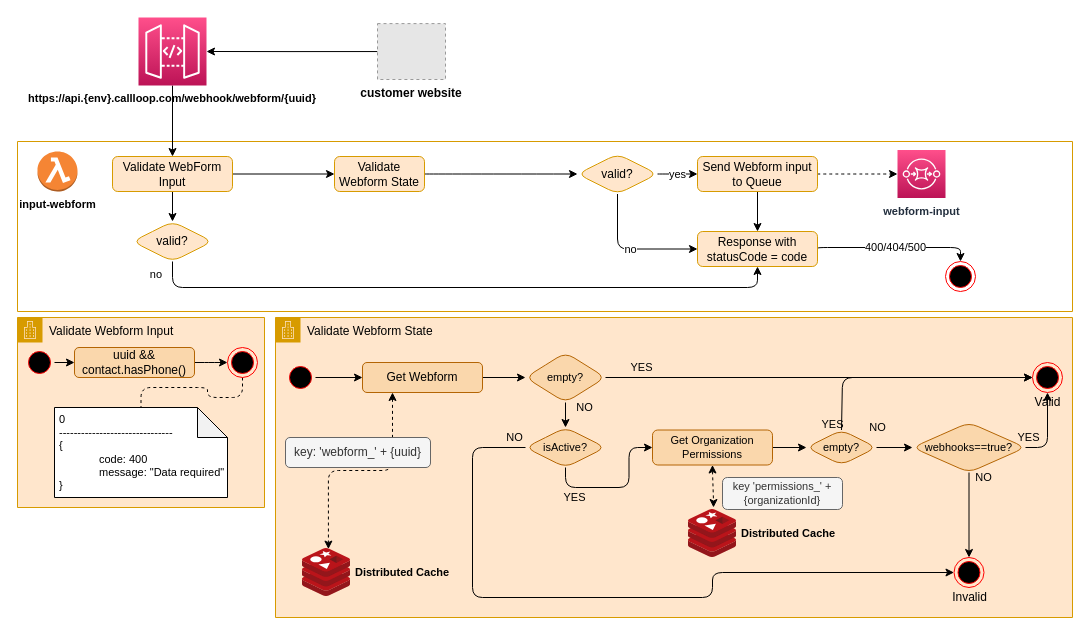
CallLoop/CL2-diagrams keeps this draw.io diagram as page "Lambda" (1 of 2) of flows/Webform Flow.drawio. Above is the earlier version. Source tidied: cells renumbered, new cells numbered last; positions are measured from the earlier drawing's top-left corner, leaving out a move shared by most shapes. Both pictures are drawn from the tidied source at 100%, with x=0, y=0 at pixel (17, 17). Pictures stored in the file or linked from it are replaced by grey dashed boxes.
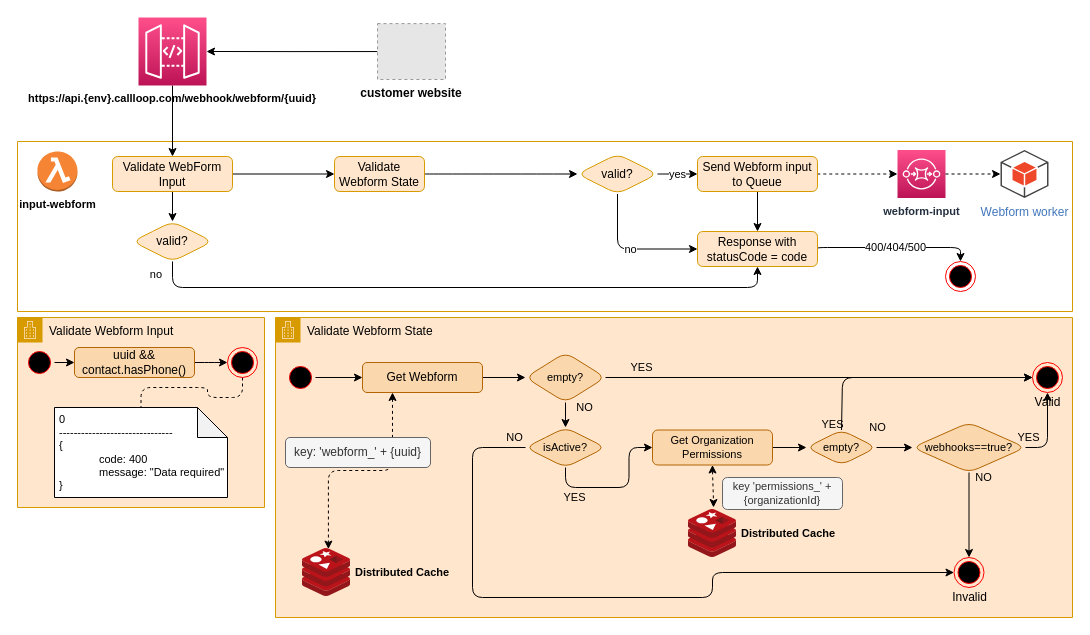
After the change.

The change refers to these unchanged cells:
```xml
<mxCell id="12" value="webform-input" style="sketch=0;points=[[0,0,0],[0.25,0,0],[0.5,0,0],[0.75,0,0],[1,0,0],[0,1,0],[0.25,1,0],[0.5,1,0],[0.75,1,0],[1,1,0],[0,0.25,0],[0,0.5,0],[0,0.75,0],[1,0.25,0],[1,0.5,0],[1,0.75,0]];outlineConnect=0;fontColor=#232F3E;gradientColor=#FF4F8B;gradientDirection=north;fillColor=#BC1356;strokeColor=#ffffff;dashed=0;verticalLabelPosition=bottom;verticalAlign=top;align=center;html=1;fontSize=11;fontStyle=1;shape=mxgraph.aws4.resourceIcon;resIcon=mxgraph.aws4.sqs;labelBorderColor=none;rounded=1;" parent="2" vertex="1">
  <mxGeometry x="880" y="8.5" width="48" height="48" as="geometry" />
</mxCell>
```

Diff of the diagram source:
```diff
@@
+    <mxCell id="60" value="&lt;font color=&quot;#4277bb&quot;&gt;&lt;span style=&quot;background-color: rgb(255, 255, 255);&quot;&gt;Webform worker&lt;/span&gt;&lt;/font&gt;" style="outlineConnect=0;dashed=0;verticalLabelPosition=bottom;verticalAlign=top;align=center;html=1;shape=mxgraph.aws3.android;fillColor=#EE472A;gradientColor=none;" parent="1" vertex="1">
+      <mxGeometry x="983" y="132.5" width="48" height="48" as="geometry" />
+    </mxCell>
+    <mxCell id="61" style="edgeStyle=orthogonalEdgeStyle;rounded=0;jettySize=auto;html=1;exitX=1;exitY=0.5;exitDx=0;exitDy=0;exitPerimeter=0;entryX=0;entryY=0.5;entryDx=0;entryDy=0;entryPerimeter=0;dashed=1;" parent="1" edge="1" source="12" target="60">
+      <mxGeometry relative="1" as="geometry" />
+    </mxCell>
```
